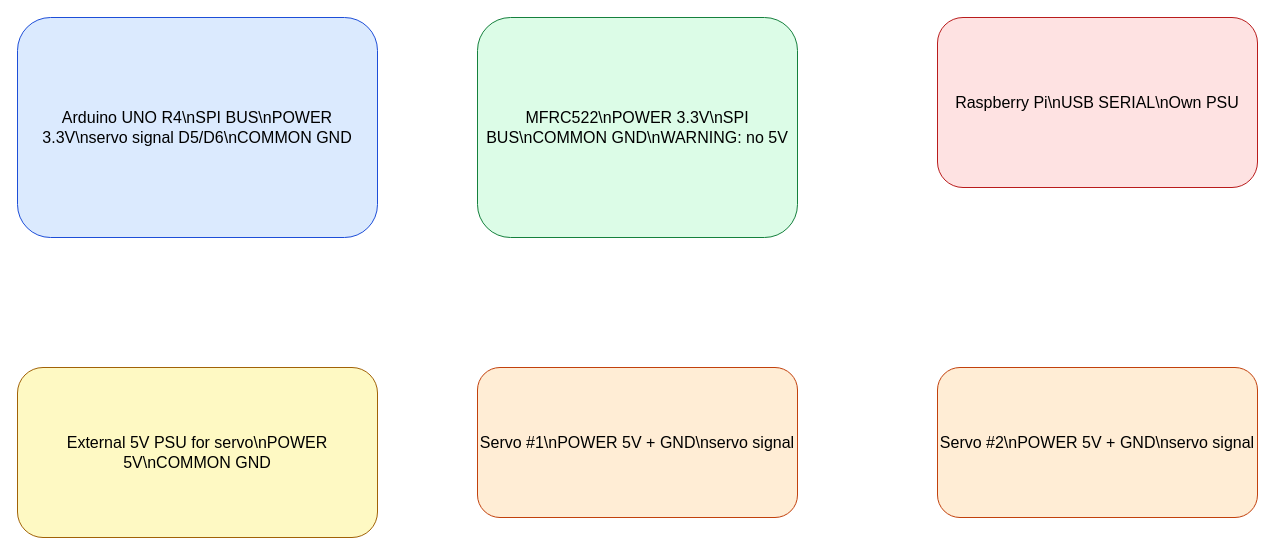
The draw.io diagram docs/electrical/diagrams/mvp-node.drawio in atkinart/train-manager, before the edit. Source tidied: cells renumbered, new cells numbered last; positions are measured from the earlier drawing's top-left corner, leaving out a move shared by most shapes. Both pictures are drawn from the tidied source at 100%, with x=0, y=0 at pixel (17, 17).
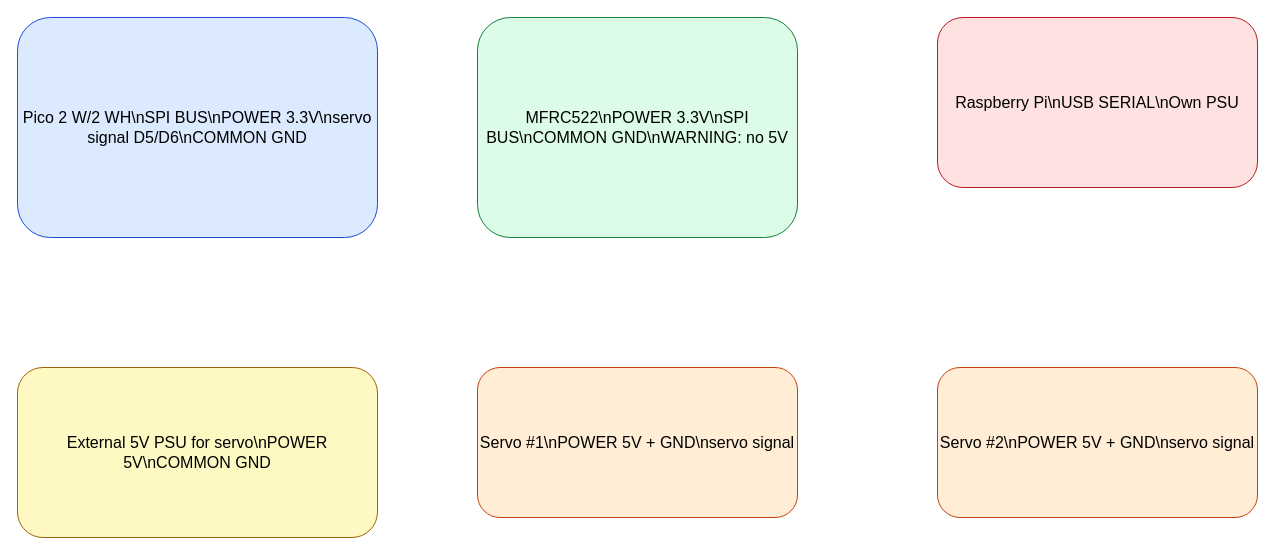
The same diagram, later.

Diff of the diagram source:
```diff
@@
 <mxGraphModel>
   <root>
     <mxCell id="0" />
     <mxCell id="1" parent="0" />
-    <mxCell id="2" value="Arduino UNO R4\nSPI BUS\nPOWER 3.3V\nservo signal D5/D6\nCOMMON GND" style="rounded=1;whiteSpace=wrap;html=1;fillColor=#dbeafe;strokeColor=#1d4ed8;fontSize=16;" parent="1" vertex="1">
+    <mxCell id="2" value="Pico 2 W/2 WH\nSPI BUS\nPOWER 3.3V\nservo signal D5/D6\nCOMMON GND" style="rounded=1;whiteSpace=wrap;html=1;fillColor=#dbeafe;strokeColor=#1d4ed8;fontSize=16;" parent="1" vertex="1">
       <mxGeometry width="360" height="220" as="geometry" />
     </mxCell>
     <mxCell id="3" value="MFRC522\nPOWER 3.3V\nSPI BUS\nCOMMON GND\nWARNING: no 5V" style="rounded=1;whiteSpace=wrap;html=1;fillColor=#dcfce7;strokeColor=#15803d;fontSize=16;" parent="1" vertex="1">
       <mxGeometry x="460" width="320" height="220" as="geometry" />
     </mxCell>
     <mxCell id="4" value="Raspberry Pi\nUSB SERIAL\nOwn PSU" style="rounded=1;whiteSpace=wrap;html=1;fillColor=#fee2e2;strokeColor=#b91c1c;fontSize=16;" parent="1" vertex="1">
       <mxGeometry x="920" width="320" height="170" as="geometry" />
     </mxCell>
     <mxCell id="5" value="External 5V PSU for servo\nPOWER 5V\nCOMMON GND" style="rounded=1;whiteSpace=wrap;html=1;fillColor=#fef9c3;strokeColor=#a16207;fontSize=16;" parent="1" vertex="1">
       <mxGeometry y="350" width="360" height="170" as="geometry" />
     </mxCell>
     <mxCell id="6" value="Servo #1\nPOWER 5V + GND\nservo signal" style="rounded=1;whiteSpace=wrap;html=1;fillColor=#ffedd5;strokeColor=#c2410c;fontSize=16;" parent="1" vertex="1">
       <mxGeometry x="460" y="350" width="320" height="150" as="geometry" />
     </mxCell>
     <mxCell id="7" value="Servo #2\nPOWER 5V + GND\nservo signal" style="rounded=1;whiteSpace=wrap;html=1;fillColor=#ffedd5;strokeColor=#c2410c;fontSize=16;" parent="1" vertex="1">
       <mxGeometry x="920" y="350" width="320" height="150" as="geometry" />
     </mxCell>
   </root>
 </mxGraphModel>
```
